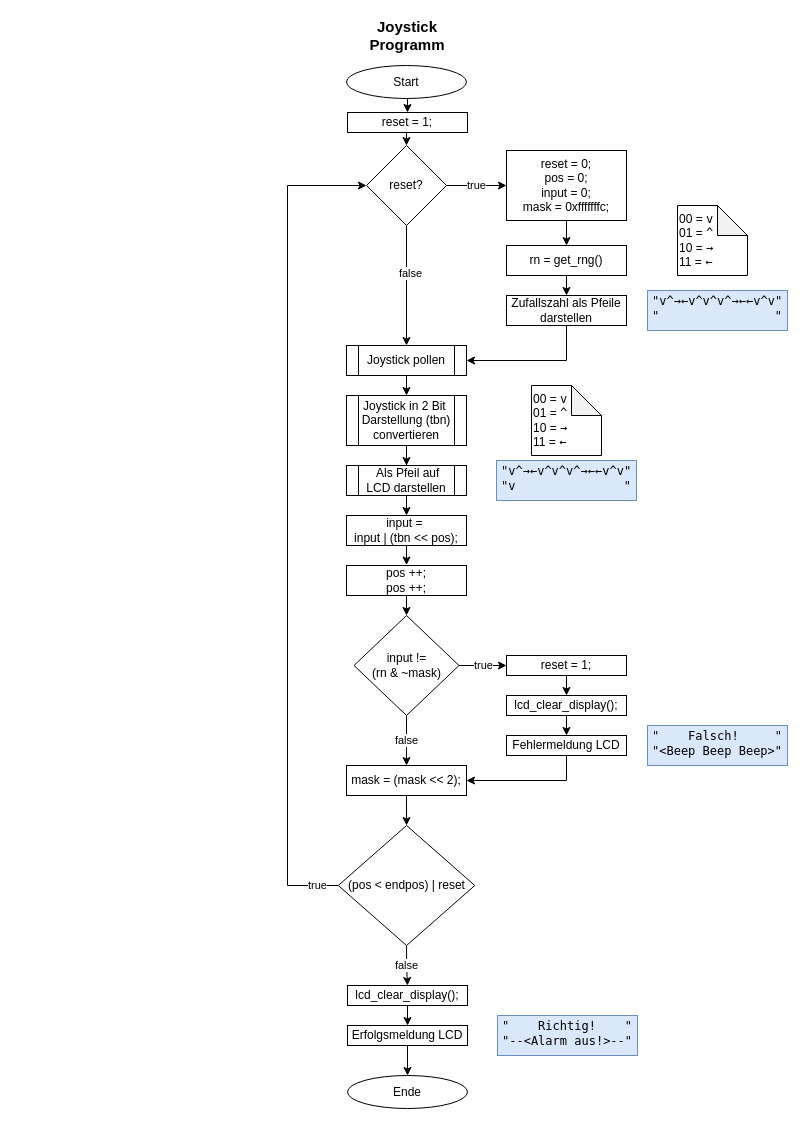
Before: page "Joystick" (5 of 5) of Untitled Diagram.drawio in Seafesko/Nucleo-Wecker, a draw.io diagram. Source tidied: cells renumbered, new cells numbered last; positions are measured from the earlier drawing's top-left corner, leaving out a move shared by most shapes. Both pictures are drawn from the tidied source at 100%, with x=0, y=0 at pixel (287, 25).
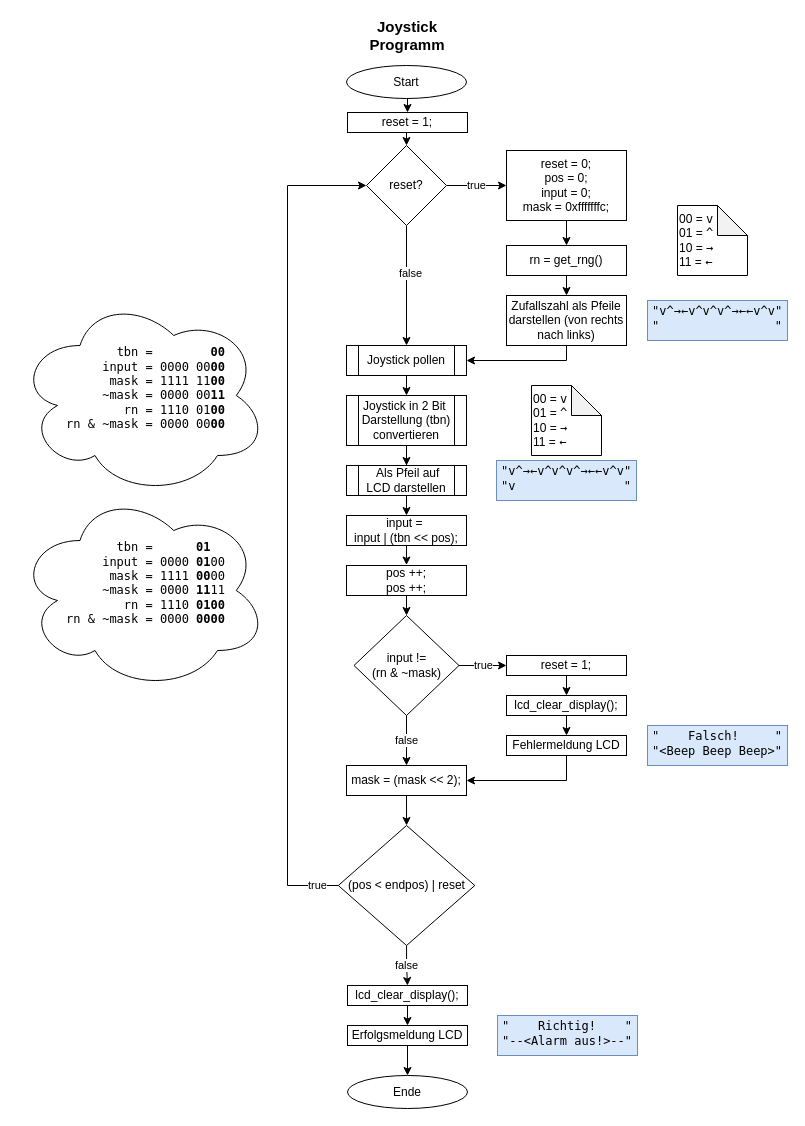
Above is the later version.

Commit message:
added bit calculations

The change refers to these unchanged cells:
```xml
<mxCell id="18" value="Joystick pollen" style="shape=process;whiteSpace=wrap;html=1;backgroundOutline=1;strokeWidth=1;" parent="1" vertex="1">
  <mxGeometry x="59" y="320" width="120" height="30" as="geometry" />
</mxCell>
```

What changed in the source:
```diff
@@
     <mxCell id="14" style="edgeStyle=orthogonalEdgeStyle;rounded=0;jettySize=auto;html=1;exitX=0.5;exitY=1;exitDx=0;exitDy=0;entryX=1;entryY=0.5;entryDx=0;entryDy=0;" parent="1" edge="1" source="15" target="18">
-      <mxGeometry relative="1" as="geometry" />
+      <mxGeometry relative="1" as="geometry">
+        <Array as="points">
+          <mxPoint x="279" y="335" />
+        </Array>
+      </mxGeometry>
     </mxCell>
-    <mxCell id="15" value="Zufallszahl als Pfeile darstellen" style="rounded=0;whiteSpace=wrap;html=1;strokeWidth=1;" parent="1" vertex="1">
-      <mxGeometry x="219" y="270" width="120" height="30" as="geometry" />
+    <mxCell id="15" value="Zufallszahl als Pfeile darstellen (von rechts nach links)" style="rounded=0;whiteSpace=wrap;html=1;strokeWidth=1;" parent="1" vertex="1">
+      <mxGeometry x="219" y="270" width="120" height="50" as="geometry" />
     </mxCell>
@@
     <mxCell id="26" value="&lt;div&gt;&lt;font face=&quot;Lucida Console&quot;&gt;&lt;br&gt;&lt;/font&gt;&lt;/div&gt;&lt;div&gt;&lt;font face=&quot;Lucida Console&quot;&gt;&quot;v^&lt;/font&gt;&lt;font face=&quot;Lucida Console&quot;&gt;→&lt;/font&gt;&lt;font face=&quot;Lucida Console&quot;&gt;←&lt;/font&gt;&lt;font face=&quot;Lucida Console&quot;&gt;v^&lt;/font&gt;&lt;font face=&quot;Lucida Console&quot;&gt;v^&lt;/font&gt;&lt;font face=&quot;Lucida Console&quot;&gt;v^&lt;/font&gt;&lt;font face=&quot;Lucida Console&quot;&gt;→&lt;/font&gt;&lt;font face=&quot;Lucida Console&quot;&gt;←&lt;/font&gt;&lt;font face=&quot;Lucida Console&quot;&gt;←&lt;/font&gt;&lt;font face=&quot;Lucida Console&quot;&gt;v^&lt;/font&gt;&lt;font face=&quot;Lucida Console&quot;&gt;v&lt;/font&gt;&lt;font face=&quot;Lucida Console&quot;&gt;&quot;&lt;/font&gt;&lt;/div&gt;&lt;font face=&quot;Lucida Console&quot;&gt;&quot; &amp;nbsp;&amp;nbsp;&amp;nbsp;&amp;nbsp;&amp;nbsp;&amp;nbsp;&amp;nbsp;&amp;nbsp;&amp;nbsp;&amp;nbsp;&amp;nbsp;&amp;nbsp;&amp;nbsp;&amp;nbsp; &quot;&lt;/font&gt;" style="text;html=1;strokeColor=#6c8ebf;fillColor=#dae8fc;spacing=5;spacingTop=-20;whiteSpace=wrap;overflow=hidden;rounded=0;" parent="1" vertex="1">
-      <mxGeometry x="360" y="265" width="140" height="40" as="geometry" />
+      <mxGeometry x="360" y="275" width="140" height="40" as="geometry" />
     </mxCell>
@@
+    <mxCell id="54" value="&lt;blockquote&gt;&lt;div align=&quot;right&quot;&gt;&lt;font face=&quot;Lucida Console&quot;&gt;tbn =&amp;nbsp;&amp;nbsp;&amp;nbsp;&amp;nbsp;&amp;nbsp;&amp;nbsp;&amp;nbsp; &lt;b&gt;00&lt;/b&gt; &lt;br&gt;&lt;/font&gt;&lt;/div&gt;&lt;div align=&quot;right&quot;&gt;&lt;font face=&quot;Lucida Console&quot;&gt;input = 0000 00&lt;b&gt;00&lt;/b&gt;&lt;/font&gt;&lt;/div&gt;&lt;div align=&quot;right&quot;&gt;&lt;font face=&quot;Lucida Console&quot;&gt;mask = 1111 11&lt;b&gt;00&lt;/b&gt;&lt;/font&gt;&lt;/div&gt;&lt;div align=&quot;right&quot;&gt;&lt;font face=&quot;Lucida Console&quot;&gt;~mask = 0000 00&lt;b&gt;11&lt;/b&gt;&lt;/font&gt;&lt;/div&gt;&lt;div align=&quot;right&quot;&gt;&lt;font face=&quot;Lucida Console&quot;&gt;rn = 1110 01&lt;b&gt;00&lt;/b&gt;&lt;br&gt;&lt;/font&gt;&lt;/div&gt;&lt;div align=&quot;right&quot;&gt;&lt;font face=&quot;Lucida Console&quot;&gt;rn &amp;amp; ~mask = 0000 00&lt;b&gt;00&lt;/b&gt;&lt;br&gt;&lt;/font&gt;&lt;/div&gt;&lt;div align=&quot;right&quot;&gt;&lt;font face=&quot;Lucida Console&quot;&gt;&lt;br&gt;&lt;/font&gt;&lt;/div&gt;&lt;/blockquote&gt;" style="ellipse;shape=cloud;whiteSpace=wrap;html=1;align=right;" parent="1" vertex="1">
+      <mxGeometry x="-270" y="270" width="250" height="200" as="geometry" />
+    </mxCell>
+    <mxCell id="55" value="&lt;blockquote&gt;&lt;div align=&quot;right&quot;&gt;&lt;font face=&quot;Lucida Console&quot;&gt;tbn =&amp;nbsp; &amp;nbsp; &amp;nbsp; &lt;b&gt;01&lt;/b&gt; &amp;nbsp; &lt;br&gt;&lt;/font&gt;&lt;/div&gt;&lt;div align=&quot;right&quot;&gt;&lt;font face=&quot;Lucida Console&quot;&gt;input = 0000 &lt;b&gt;01&lt;/b&gt;00&lt;/font&gt;&lt;/div&gt;&lt;div align=&quot;right&quot;&gt;&lt;font face=&quot;Lucida Console&quot;&gt;mask = 1111 &lt;b&gt;00&lt;/b&gt;00&lt;/font&gt;&lt;/div&gt;&lt;div align=&quot;right&quot;&gt;&lt;font face=&quot;Lucida Console&quot;&gt;~mask = 0000 &lt;b&gt;11&lt;/b&gt;11&lt;/font&gt;&lt;/div&gt;&lt;div align=&quot;right&quot;&gt;&lt;font face=&quot;Lucida Console&quot;&gt;rn = 1110 &lt;b&gt;0100&lt;/b&gt;&lt;br&gt;&lt;/font&gt;&lt;/div&gt;&lt;div align=&quot;right&quot;&gt;&lt;font face=&quot;Lucida Console&quot;&gt;rn &amp;amp; ~mask = 0000 &lt;b&gt;0000&lt;/b&gt;&lt;br&gt;&lt;/font&gt;&lt;/div&gt;&lt;div align=&quot;right&quot;&gt;&lt;font face=&quot;Lucida Console&quot;&gt;&lt;br&gt;&lt;/font&gt;&lt;/div&gt;&lt;/blockquote&gt;" style="ellipse;shape=cloud;whiteSpace=wrap;html=1;align=right;" parent="1" vertex="1">
+      <mxGeometry x="-270" y="465" width="250" height="200" as="geometry" />
+    </mxCell>
```
